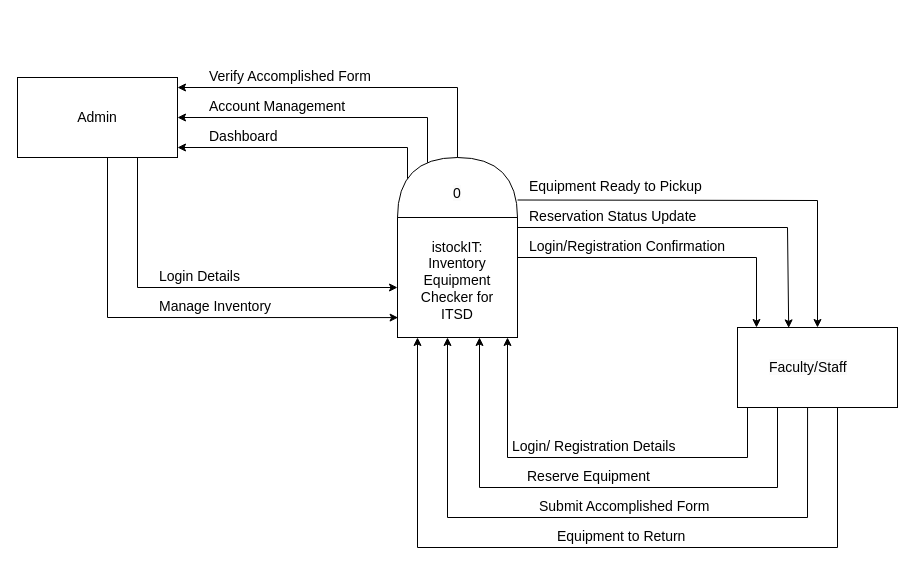
Before: Untitled Diagram.drawio in Weimei101/Context-diagram, a draw.io diagram. Source tidied: cells renumbered, new cells numbered last; positions are measured from the earlier drawing's top-left corner, leaving out a move shared by most shapes. Both pictures are drawn from the tidied source at 100%, with x=0, y=0 at pixel (17, 57).
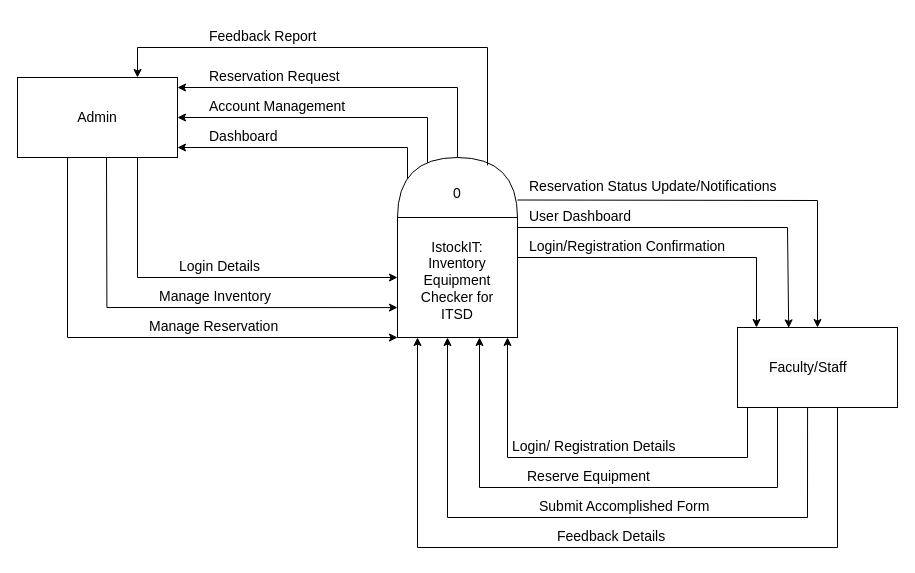
After the change.

Unchanged cells that the change refers to:
```xml
<mxCell id="2" value="&lt;font style=&quot;font-size: 14px;&quot; face=&quot;arial&quot;&gt;Admin&lt;/font&gt;" style="rounded=0;whiteSpace=wrap;html=1;" parent="1" vertex="1">
  <mxGeometry y="20" width="160" height="80" as="geometry" />
</mxCell>
<mxCell id="16" style="group;" parent="1" vertex="1">
  <mxGeometry x="380" y="100" width="120" height="185" as="geometry" />
</mxCell>
<mxCell id="17" style="rounded=0;whiteSpace=wrap;html=1;rotation=90;" parent="16" vertex="1">
  <mxGeometry y="60" width="120" height="120" as="geometry" />
</mxCell>
<mxCell id="20" style="shape=or;whiteSpace=wrap;html=1;rotation=-90;" parent="16" vertex="1">
  <mxGeometry x="30" y="-30" width="60" height="120" as="geometry" />
</mxCell>
```

What changed in the source:
```diff
@@
-    <mxCell id="10" style="edgeStyle=none;jettySize=auto;html=1;rounded=0;exitX=0.75;exitY=1;exitDx=0;exitDy=0;" parent="1" edge="1" source="2">
+    <mxCell id="10" style="edgeStyle=none;orthogonalLoop=1;jettySize=auto;html=1;rounded=0;" parent="1" edge="1">
       <mxGeometry relative="1" as="geometry">
-        <mxPoint x="380" y="230" as="targetPoint" />
+        <mxPoint x="120" y="100" as="sourcePoint" />
+        <mxPoint x="380" y="220" as="targetPoint" />
         <Array as="points">
-          <mxPoint x="120" y="230" />
+          <mxPoint x="120" y="220" />
         </Array>
       </mxGeometry>
     </mxCell>
-    <mxCell id="11" style="edgeStyle=none;jettySize=auto;html=1;rounded=0;exitX=0.75;exitY=1;exitDx=0;exitDy=0;entryX=0.834;entryY=0.995;entryDx=0;entryDy=0;entryPerimeter=0;" parent="1" edge="1" target="17">
+    <mxCell id="11" style="edgeStyle=none;orthogonalLoop=1;jettySize=auto;html=1;rounded=0;entryX=0.834;entryY=0.995;entryDx=0;entryDy=0;entryPerimeter=0;" parent="1" edge="1">
       <mxGeometry relative="1" as="geometry">
-        <mxPoint x="90" y="100" as="sourcePoint" />
+        <mxPoint x="89" y="100" as="sourcePoint" />
+        <mxPoint x="380" y="250.1" as="targetPoint" />
         <Array as="points">
-          <mxPoint x="90" y="260" />
+          <mxPoint x="89.4" y="250" />
         </Array>
       </mxGeometry>
     </mxCell>
@@
-    <mxCell id="19" value="&lt;font style=&quot;font-size: 14px;&quot; face=&quot;arial&quot;&gt;istockIT: Inventory Equipment Checker for ITSD&lt;/font&gt;" style="text;html=1;align=center;verticalAlign=middle;whiteSpace=wrap;rounded=0;" parent="16" vertex="1">
+    <mxCell id="19" value="&lt;font style=&quot;font-size: 14px;&quot; face=&quot;arial&quot;&gt;IstockIT: Inventory Equipment Checker for ITSD&lt;/font&gt;" style="text;html=1;align=center;verticalAlign=middle;whiteSpace=wrap;rounded=0;" parent="16" vertex="1">
       <mxGeometry x="15" y="60" width="90" height="125" as="geometry" />
     </mxCell>
@@
     <mxCell id="22" value="&lt;font face=&quot;arial&quot; style=&quot;font-size: 14px;&quot;&gt;Login Details&lt;/font&gt;" style="text;html=1;align=left;verticalAlign=bottom;whiteSpace=wrap;rounded=0;" parent="1" vertex="1">
-      <mxGeometry x="140" y="200" width="100" height="30" as="geometry" />
+      <mxGeometry x="160" y="190" width="100" height="30" as="geometry" />
     </mxCell>
@@
     <mxCell id="24" value="&lt;font face=&quot;arial&quot; style=&quot;font-size: 14px;&quot;&gt;Manage Inventory&lt;/font&gt;" style="text;html=1;align=left;verticalAlign=bottom;whiteSpace=wrap;rounded=0;" parent="1" vertex="1">
-      <mxGeometry x="140" y="230" width="120" height="30" as="geometry" />
+      <mxGeometry x="140" y="220" width="120" height="30" as="geometry" />
     </mxCell>
@@
-    <mxCell id="26" value="&lt;font face=&quot;arial&quot;&gt;&lt;span style=&quot;font-size: 14px;&quot;&gt;Reservation Status Update&lt;/span&gt;&lt;/font&gt;" style="text;html=1;align=left;verticalAlign=bottom;whiteSpace=wrap;rounded=0;" parent="1" vertex="1">
-      <mxGeometry x="510" y="140" width="190" height="30" as="geometry" />
+    <mxCell id="26" value="&lt;font face=&quot;arial&quot;&gt;&lt;span style=&quot;font-size: 14px;&quot;&gt;Reservation Status Update/Notifications&lt;/span&gt;&lt;/font&gt;" style="text;html=1;align=left;verticalAlign=bottom;whiteSpace=wrap;rounded=0;" parent="1" vertex="1">
+      <mxGeometry x="510" y="110" width="250" height="30" as="geometry" />
     </mxCell>
-    <mxCell id="27" value="&lt;font face=&quot;arial&quot; style=&quot;font-size: 14px;&quot;&gt;Verify Accomplished Form&lt;/font&gt;" style="text;html=1;align=left;verticalAlign=bottom;whiteSpace=wrap;rounded=0;" parent="1" vertex="1">
+    <mxCell id="27" value="&lt;font face=&quot;arial&quot; style=&quot;font-size: 14px;&quot;&gt;Reservation Request&lt;/font&gt;" style="text;html=1;align=left;verticalAlign=bottom;whiteSpace=wrap;rounded=0;" parent="1" vertex="1">
       <mxGeometry x="190" width="190" height="30" as="geometry" />
     </mxCell>
-    <mxCell id="28" value="&lt;font face=&quot;arial&quot;&gt;&lt;span style=&quot;font-size: 14px;&quot;&gt;Equipment Ready to Pickup&lt;/span&gt;&lt;/font&gt;" style="text;html=1;align=left;verticalAlign=bottom;whiteSpace=wrap;rounded=0;" parent="1" vertex="1">
-      <mxGeometry x="510" y="110" width="200" height="30" as="geometry" />
-    </mxCell>
@@
-    <mxCell id="32" value="&lt;font style=&quot;font-size: 14px;&quot; face=&quot;arial&quot;&gt;Equipment to Return&lt;/font&gt;" style="text;html=1;align=left;verticalAlign=bottom;whiteSpace=wrap;rounded=0;" parent="1" vertex="1">
+    <mxCell id="32" value="&lt;font style=&quot;font-size: 14px;&quot; face=&quot;arial&quot;&gt;Feedback Details&lt;/font&gt;" style="text;html=1;align=left;verticalAlign=bottom;whiteSpace=wrap;rounded=0;" parent="1" vertex="1">
       <mxGeometry x="537.5" y="460" width="170" height="30" as="geometry" />
     </mxCell>
@@
+    <mxCell id="35" style="edgeStyle=none;orthogonalLoop=1;jettySize=auto;html=1;rounded=0;" parent="1" edge="1">
+      <mxGeometry relative="1" as="geometry">
+        <mxPoint x="50" y="100" as="sourcePoint" />
+        <mxPoint x="380" y="280" as="targetPoint" />
+        <Array as="points">
+          <mxPoint x="50" y="280" />
+        </Array>
+      </mxGeometry>
+    </mxCell>
+    <mxCell id="36" value="&lt;font face=&quot;arial&quot; style=&quot;font-size: 14px;&quot;&gt;Manage Reservation&lt;/font&gt;" style="text;html=1;align=left;verticalAlign=bottom;whiteSpace=wrap;rounded=0;" parent="1" vertex="1">
+      <mxGeometry x="130" y="250" width="140" height="30" as="geometry" />
+    </mxCell>
+    <mxCell id="37" value="&lt;font face=&quot;arial&quot; style=&quot;font-size: 14px;&quot;&gt;User Dashboard&lt;/font&gt;" style="text;html=1;align=left;verticalAlign=bottom;whiteSpace=wrap;rounded=0;" parent="1" vertex="1">
+      <mxGeometry x="510" y="140" width="200" height="30" as="geometry" />
+    </mxCell>
+    <mxCell id="38" style="edgeStyle=none;jettySize=auto;html=1;rounded=0;exitX=0.869;exitY=0.75;exitDx=0;exitDy=0;exitPerimeter=0;entryX=0.75;entryY=0;entryDx=0;entryDy=0;" parent="1" edge="1" source="20" target="2">
+      <mxGeometry relative="1" as="geometry">
+        <Array as="points">
+          <mxPoint x="470" y="-10" />
+          <mxPoint x="120" y="-10" />
+        </Array>
+      </mxGeometry>
+    </mxCell>
+    <mxCell id="39" value="&lt;font face=&quot;arial&quot; style=&quot;font-size: 14px;&quot;&gt;Feedback Report&lt;/font&gt;" style="text;html=1;align=left;verticalAlign=bottom;whiteSpace=wrap;rounded=0;" parent="1" vertex="1">
+      <mxGeometry x="190" y="-40" width="190" height="30" as="geometry" />
+    </mxCell>
```
